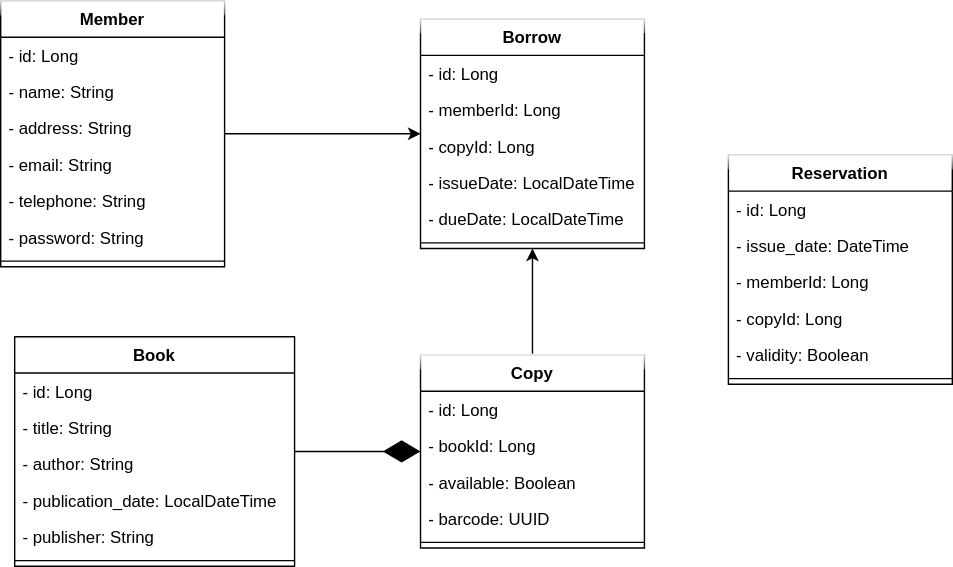
Above: class_diagram.drawio.svg in gmorikawa/library_system_api (draw.io), before the change. Source tidied: cells renumbered, new cells last; positions are measured from the earlier drawing's top-left corner, leaving out a move shared by most shapes.
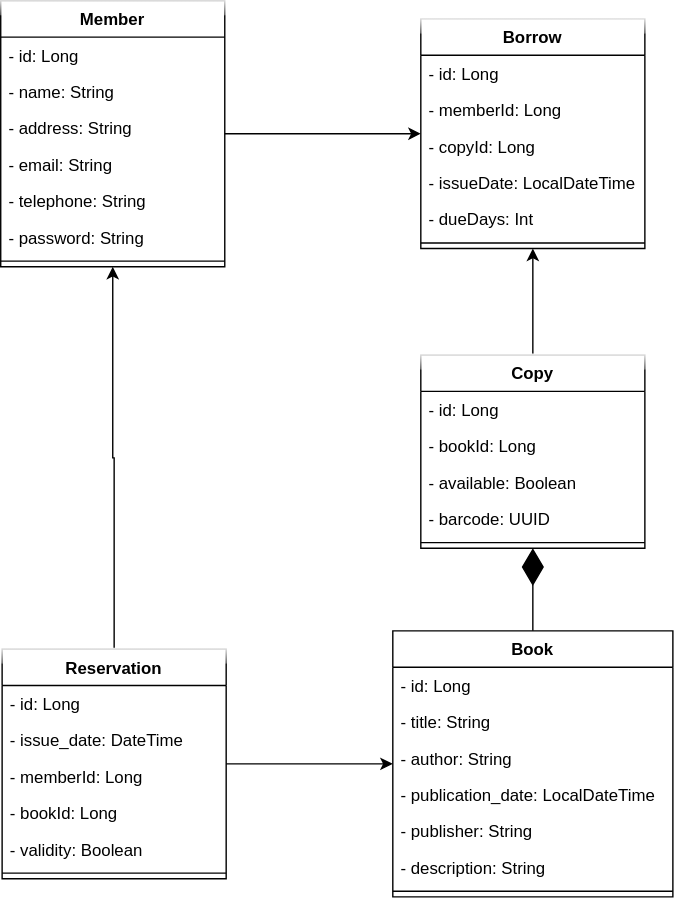
The same diagram one commit later.

Diff of the diagram source:
```diff
@@ -3,7 +3,7 @@
     <mxCell id="0" />
     <mxCell id="1" parent="0" />
     <mxCell id="2" value="Book" style="swimlane;fontStyle=1;align=center;verticalAlign=top;horizontal=1;startSize=26;" parent="1" vertex="1">
-      <mxGeometry x="10" y="240" width="200" height="164" as="geometry" />
+      <mxGeometry x="280" y="450" width="200" height="190" as="geometry" />
     </mxCell>
     <mxCell id="3" value="- id: Long" style="text;strokeColor=none;fillColor=none;align=left;verticalAlign=top;spacingLeft=4;spacingRight=4;overflow=hidden;glass=1;" parent="2" vertex="1">
       <mxGeometry y="26" width="200" height="26" as="geometry" />
@@ -20,8 +20,11 @@
     <mxCell id="7" value="- publisher: String" style="text;strokeColor=none;fillColor=none;align=left;verticalAlign=top;spacingLeft=4;spacingRight=4;overflow=hidden;glass=1;" parent="2" vertex="1">
       <mxGeometry y="130" width="200" height="26" as="geometry" />
     </mxCell>
+    <mxCell id="40" value="- description: String" style="text;strokeColor=none;fillColor=none;align=left;verticalAlign=top;spacingLeft=4;spacingRight=4;overflow=hidden;glass=1;" parent="2" vertex="1">
+      <mxGeometry y="156" width="200" height="26" as="geometry" />
+    </mxCell>
     <mxCell id="8" style="line;strokeWidth=1;fillColor=none;align=left;verticalAlign=middle;spacingTop=-1;spacingLeft=3;spacingRight=3;labelPosition=right;strokeColor=inherit;" parent="2" vertex="1">
-      <mxGeometry y="156" width="200" height="8" as="geometry" />
+      <mxGeometry y="182" width="200" height="8" as="geometry" />
     </mxCell>
     <mxCell id="9" style="edgeStyle=orthogonalEdgeStyle;rounded=0;jettySize=auto;html=1;" parent="1" edge="1" source="10" target="32">
       <mxGeometry relative="1" as="geometry" />
@@ -71,8 +74,14 @@
     <mxCell id="24" style="line;strokeWidth=1;fillColor=none;align=left;verticalAlign=middle;spacingTop=-1;spacingLeft=3;spacingRight=3;labelPosition=right;strokeColor=inherit;glass=1;" parent="17" vertex="1">
       <mxGeometry y="182" width="160" height="8" as="geometry" />
     </mxCell>
+    <mxCell id="41" style="edgeStyle=orthogonalEdgeStyle;rounded=0;jettySize=auto;html=1;" parent="1" edge="1" source="25" target="2">
+      <mxGeometry relative="1" as="geometry" />
+    </mxCell>
+    <mxCell id="42" style="edgeStyle=orthogonalEdgeStyle;rounded=0;jettySize=auto;html=1;" parent="1" edge="1" source="25" target="17">
+      <mxGeometry relative="1" as="geometry" />
+    </mxCell>
     <mxCell id="25" value="Reservation&#10;" style="swimlane;fontStyle=1;align=center;verticalAlign=top;horizontal=1;startSize=26;glass=1;" parent="1" vertex="1">
-      <mxGeometry x="520" y="110" width="160" height="164" as="geometry" />
+      <mxGeometry x="1" y="463" width="160" height="164" as="geometry" />
     </mxCell>
     <mxCell id="26" value="- id: Long" style="text;strokeColor=none;fillColor=none;align=left;verticalAlign=top;spacingLeft=4;spacingRight=4;overflow=hidden;glass=1;" parent="25" vertex="1">
       <mxGeometry y="26" width="160" height="26" as="geometry" />
@@ -83,7 +92,7 @@
     <mxCell id="28" value="- memberId: Long" style="text;strokeColor=none;fillColor=none;align=left;verticalAlign=top;spacingLeft=4;spacingRight=4;overflow=hidden;glass=1;" parent="25" vertex="1">
       <mxGeometry y="78" width="160" height="26" as="geometry" />
     </mxCell>
-    <mxCell id="29" value="- copyId: Long" style="text;strokeColor=none;fillColor=none;align=left;verticalAlign=top;spacingLeft=4;spacingRight=4;overflow=hidden;glass=1;" parent="25" vertex="1">
+    <mxCell id="29" value="- bookId: Long" style="text;strokeColor=none;fillColor=none;align=left;verticalAlign=top;spacingLeft=4;spacingRight=4;overflow=hidden;glass=1;" parent="25" vertex="1">
       <mxGeometry y="104" width="160" height="26" as="geometry" />
     </mxCell>
     <mxCell id="30" value="- validity: Boolean" style="text;strokeColor=none;fillColor=none;align=left;verticalAlign=top;spacingLeft=4;spacingRight=4;overflow=hidden;glass=1;" parent="25" vertex="1">
@@ -107,7 +116,7 @@
     <mxCell id="36" value="- issueDate: LocalDateTime" style="text;strokeColor=none;fillColor=none;align=left;verticalAlign=top;spacingLeft=4;spacingRight=4;overflow=hidden;glass=1;" parent="32" vertex="1">
       <mxGeometry y="104" width="160" height="26" as="geometry" />
     </mxCell>
-    <mxCell id="37" value="- dueDate: LocalDateTime" style="text;strokeColor=none;fillColor=none;align=left;verticalAlign=top;spacingLeft=4;spacingRight=4;overflow=hidden;glass=1;" parent="32" vertex="1">
+    <mxCell id="37" value="- dueDays: Int" style="text;strokeColor=none;fillColor=none;align=left;verticalAlign=top;spacingLeft=4;spacingRight=4;overflow=hidden;glass=1;" parent="32" vertex="1">
       <mxGeometry y="130" width="160" height="26" as="geometry" />
     </mxCell>
     <mxCell id="38" style="line;strokeWidth=1;fillColor=none;align=left;verticalAlign=middle;spacingTop=-1;spacingLeft=3;spacingRight=3;labelPosition=right;strokeColor=inherit;glass=1;" parent="32" vertex="1">
```
